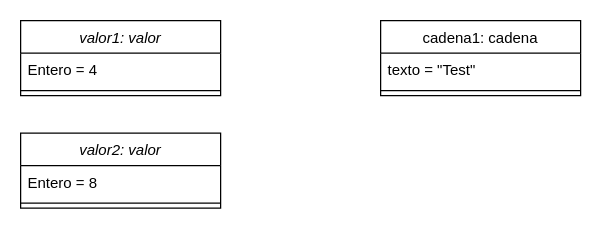
Earlier version of the draw.io diagram Ejercicio2.drawio (vnavacar/Entrega2). Source tidied: cells renumbered, new cells numbered last; positions are measured from the earlier drawing's top-left corner, leaving out a move shared by most shapes. Both pictures are drawn from the tidied source at 125%, with x=0, y=0 at pixel (20, 20).
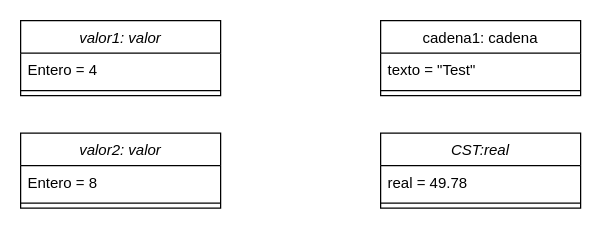
The same diagram, later.

Change to the diagram source:
```diff
@@
 <mxGraphModel>
   <root>
     <mxCell id="0" />
     <mxCell id="1" parent="0" />
     <mxCell id="2" value="valor1: valor" style="swimlane;fontStyle=2;align=center;verticalAlign=top;horizontal=1;startSize=26;rounded=0;shadow=0;strokeWidth=1;" parent="1" vertex="1">
       <mxGeometry width="160" height="60" as="geometry" />
     </mxCell>
     <mxCell id="3" value="Entero = 4" style="text;align=left;verticalAlign=top;spacingLeft=4;spacingRight=4;overflow=hidden;" parent="2" vertex="1">
       <mxGeometry y="26" width="160" height="26" as="geometry" />
     </mxCell>
     <mxCell id="4" style="line;html=1;strokeWidth=1;align=left;verticalAlign=middle;spacingTop=-1;spacingLeft=3;spacingRight=3;labelPosition=right;" parent="2" vertex="1">
       <mxGeometry y="52" width="160" height="8" as="geometry" />
     </mxCell>
     <mxCell id="5" value="cadena1: cadena" style="swimlane;fontStyle=0;align=center;verticalAlign=top;horizontal=1;startSize=26;rounded=0;shadow=0;strokeWidth=1;" parent="1" vertex="1">
       <mxGeometry x="288" width="160" height="60" as="geometry" />
     </mxCell>
     <mxCell id="6" value="texto = &quot;Test&quot;" style="text;align=left;verticalAlign=top;spacingLeft=4;spacingRight=4;overflow=hidden;" parent="5" vertex="1">
       <mxGeometry y="26" width="160" height="26" as="geometry" />
     </mxCell>
     <mxCell id="7" style="line;html=1;strokeWidth=1;align=left;verticalAlign=middle;spacingTop=-1;spacingLeft=3;spacingRight=3;labelPosition=right;" parent="5" vertex="1">
       <mxGeometry y="52" width="160" height="8" as="geometry" />
     </mxCell>
     <mxCell id="8" value="valor2: valor" style="swimlane;fontStyle=2;align=center;verticalAlign=top;horizontal=1;startSize=26;rounded=0;shadow=0;strokeWidth=1;" parent="1" vertex="1">
       <mxGeometry y="90" width="160" height="60" as="geometry" />
     </mxCell>
     <mxCell id="9" value="Entero = 8" style="text;align=left;verticalAlign=top;spacingLeft=4;spacingRight=4;overflow=hidden;" parent="8" vertex="1">
       <mxGeometry y="26" width="160" height="26" as="geometry" />
     </mxCell>
     <mxCell id="10" style="line;html=1;strokeWidth=1;align=left;verticalAlign=middle;spacingTop=-1;spacingLeft=3;spacingRight=3;labelPosition=right;" parent="8" vertex="1">
       <mxGeometry y="52" width="160" height="8" as="geometry" />
     </mxCell>
+    <mxCell id="11" value="CST:real" style="swimlane;fontStyle=2;align=center;verticalAlign=top;horizontal=1;startSize=26;rounded=0;shadow=0;strokeWidth=1;" parent="1" vertex="1">
+      <mxGeometry x="288" y="90" width="160" height="60" as="geometry" />
+    </mxCell>
+    <mxCell id="12" value="real = 49.78" style="text;align=left;verticalAlign=top;spacingLeft=4;spacingRight=4;overflow=hidden;" parent="11" vertex="1">
+      <mxGeometry y="26" width="160" height="26" as="geometry" />
+    </mxCell>
+    <mxCell id="13" style="line;html=1;strokeWidth=1;align=left;verticalAlign=middle;spacingTop=-1;spacingLeft=3;spacingRight=3;labelPosition=right;" parent="11" vertex="1">
+      <mxGeometry y="52" width="160" height="8" as="geometry" />
+    </mxCell>
   </root>
 </mxGraphModel>
```
